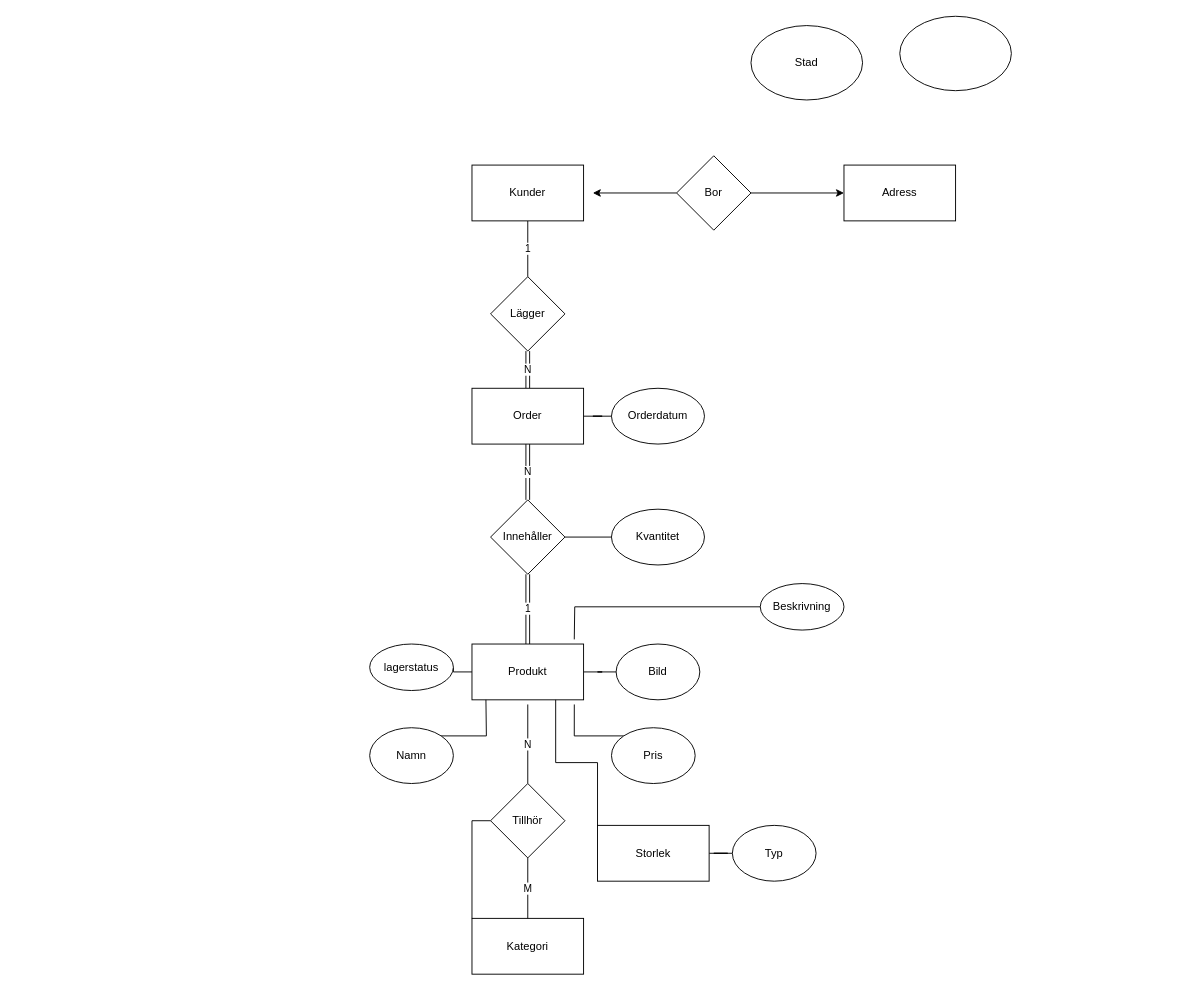
Above: Database/Untitled Diagram.drawio in JesperJansson86/WebshopHakimsLivs (draw.io), before the change. Source tidied: cells renumbered, new cells numbered last; positions are measured from the earlier drawing's top-left corner, leaving out a move shared by most shapes. Both pictures are drawn from the tidied source at 93%, with x=0, y=0 at pixel (369, 16).
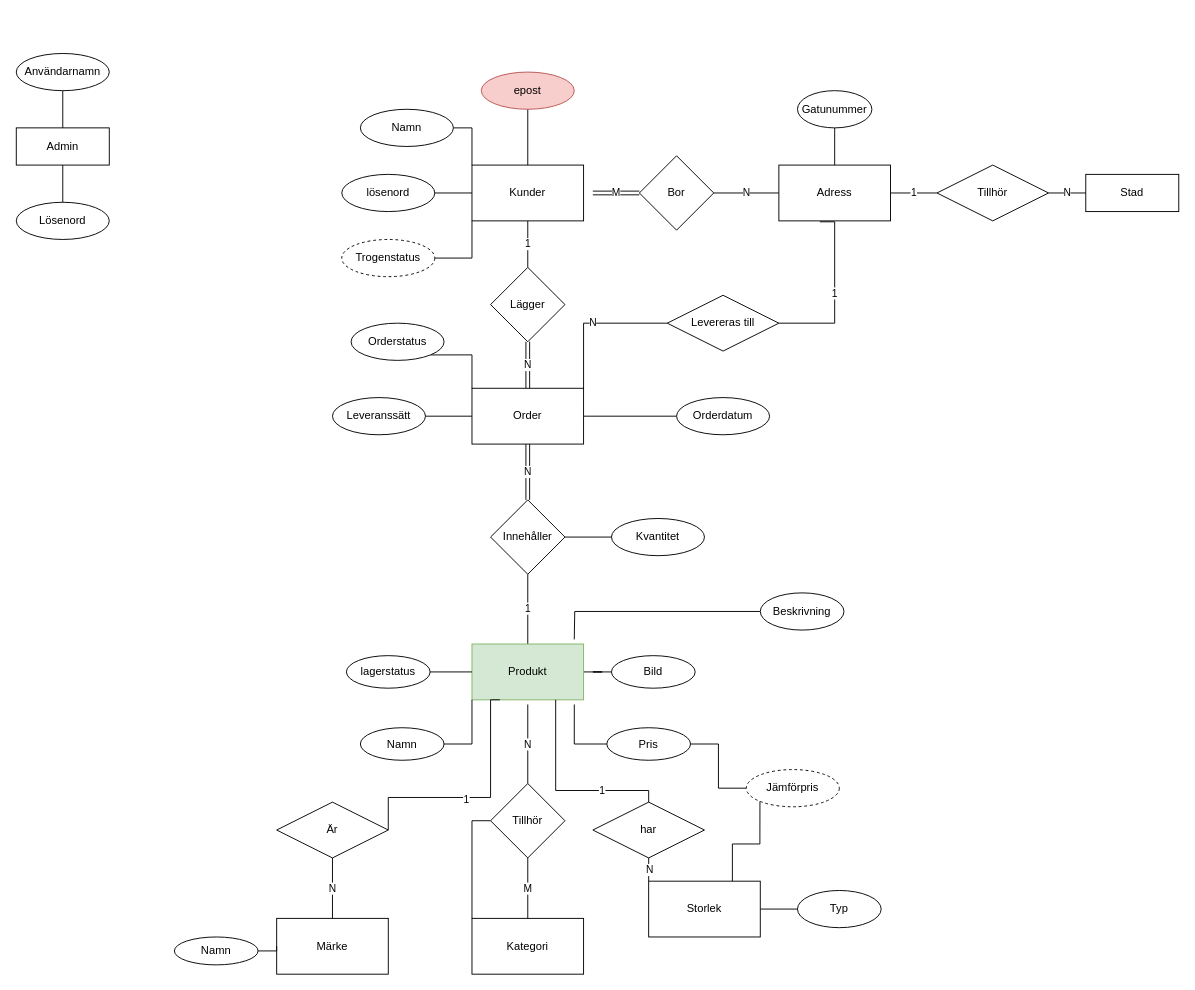
The same page after the edit.

The change refers to these unchanged cells:
```xml
<mxCell id="3" value="&lt;div&gt;Kunder&lt;/div&gt;" style="rounded=0;whiteSpace=wrap;html=1;" parent="1" vertex="1">
  <mxGeometry x="110" y="160" width="120" height="60" as="geometry" />
</mxCell>
<mxCell id="25" value="Order" style="rounded=0;whiteSpace=wrap;html=1;" parent="1" vertex="1">
  <mxGeometry x="110" y="400" width="120" height="60" as="geometry" />
</mxCell>
<mxCell id="30" value="Innehåller" style="rhombus;whiteSpace=wrap;html=1;" parent="1" vertex="1">
  <mxGeometry x="130" y="520" width="80" height="80" as="geometry" />
</mxCell>
```

What changed in the source:
```diff
@@
-    <mxCell id="4" style="edgeStyle=orthogonalEdgeStyle;rounded=0;jettySize=auto;html=1;exitX=1;exitY=0.5;exitDx=0;exitDy=0;entryX=0;entryY=0.5;entryDx=0;entryDy=0;" parent="1" edge="1" source="6" target="7">
+    <mxCell id="4" value="N" style="edgeStyle=orthogonalEdgeStyle;rounded=0;jettySize=auto;html=1;exitX=1;exitY=0.5;exitDx=0;exitDy=0;entryX=0;entryY=0.5;entryDx=0;entryDy=0;endArrow=none;endFill=0;" parent="1" edge="1" source="6" target="7">
       <mxGeometry relative="1" as="geometry" />
     </mxCell>
-    <mxCell id="5" style="edgeStyle=orthogonalEdgeStyle;rounded=0;jettySize=auto;html=1;exitX=0;exitY=0.5;exitDx=0;exitDy=0;entryX=1.083;entryY=0.5;entryDx=0;entryDy=0;entryPerimeter=0;" parent="1" edge="1" source="6" target="3">
+    <mxCell id="5" value="M" style="edgeStyle=orthogonalEdgeStyle;rounded=0;jettySize=auto;html=1;exitX=0;exitY=0.5;exitDx=0;exitDy=0;entryX=1.083;entryY=0.5;entryDx=0;entryDy=0;entryPerimeter=0;endArrow=none;endFill=0;shape=link;" parent="1" edge="1" source="6" target="3">
       <mxGeometry relative="1" as="geometry" />
     </mxCell>
     <mxCell id="6" value="Bor " style="rhombus;whiteSpace=wrap;html=1;" parent="1" vertex="1">
-      <mxGeometry x="330" y="150" width="80" height="80" as="geometry" />
+      <mxGeometry x="290" y="150" width="80" height="80" as="geometry" />
     </mxCell>
     <mxCell id="7" value="&lt;div&gt;Adress&lt;/div&gt;" style="rounded=0;whiteSpace=wrap;html=1;" parent="1" vertex="1">
-      <mxGeometry x="510" y="160" width="120" height="60" as="geometry" />
+      <mxGeometry x="440" y="160" width="120" height="60" as="geometry" />
     </mxCell>
-    <mxCell id="8" value="&lt;div&gt;Stad&lt;/div&gt;" style="ellipse;whiteSpace=wrap;html=1;" parent="1" vertex="1">
-      <mxGeometry x="410" y="10" width="120" height="80" as="geometry" />
-    </mxCell>
+    <mxCell id="40" style="edgeStyle=orthogonalEdgeStyle;rounded=0;jettySize=auto;html=1;endArrow=none;endFill=0;" parent="1" edge="1" source="9" target="7">
+      <mxGeometry relative="1" as="geometry" />
+    </mxCell>
-    <mxCell id="9" style="ellipse;whiteSpace=wrap;html=1;" parent="1" vertex="1">
-      <mxGeometry x="570" width="120" height="80" as="geometry" />
+    <mxCell id="9" value="Gatunummer" style="ellipse;whiteSpace=wrap;html=1;" parent="1" vertex="1">
+      <mxGeometry x="460" y="80" width="80" height="40" as="geometry" />
     </mxCell>
-    <mxCell id="10" style="edgeStyle=orthogonalEdgeStyle;rounded=0;jettySize=auto;html=1;endArrow=none;endFill=0;" parent="1" edge="1" source="13">
-      <mxGeometry relative="1" as="geometry">
-        <mxPoint x="85" y="700" as="targetPoint" />
-      </mxGeometry>
-    </mxCell>
@@
-    <mxCell id="12" value="&lt;div&gt;1&lt;/div&gt;" style="edgeStyle=orthogonalEdgeStyle;rounded=0;jettySize=auto;html=1;endArrow=none;endFill=0;shape=link;" parent="1" edge="1" source="13" target="30">
+    <mxCell id="12" value="&lt;div&gt;1&lt;/div&gt;" style="edgeStyle=orthogonalEdgeStyle;rounded=0;jettySize=auto;html=1;endArrow=none;endFill=0;" parent="1" edge="1" source="13" target="30">
       <mxGeometry relative="1" as="geometry" />
     </mxCell>
-    <mxCell id="13" value="Produkt" style="rounded=0;whiteSpace=wrap;html=1;" parent="1" vertex="1">
+    <mxCell id="13" value="Produkt" style="rounded=0;whiteSpace=wrap;html=1;fillColor=#d5e8d4;strokeColor=#82b366;" parent="1" vertex="1">
       <mxGeometry x="110" y="675" width="120" height="60" as="geometry" />
     </mxCell>
@@
     <mxCell id="15" value="Lägger" style="rhombus;whiteSpace=wrap;html=1;" parent="1" vertex="1">
-      <mxGeometry x="130" y="280" width="80" height="80" as="geometry" />
+      <mxGeometry x="130" y="270" width="80" height="80" as="geometry" />
     </mxCell>
+    <mxCell id="41" style="edgeStyle=orthogonalEdgeStyle;rounded=0;jettySize=auto;html=1;endArrow=none;endFill=0;" parent="1" edge="1" source="16" target="13">
+      <mxGeometry relative="1" as="geometry" />
+    </mxCell>
     <mxCell id="16" value="lagerstatus" style="ellipse;whiteSpace=wrap;html=1;" parent="1" vertex="1">
-      <mxGeometry y="675" width="90" height="50" as="geometry" />
+      <mxGeometry x="-25" y="687.5" width="90" height="35" as="geometry" />
     </mxCell>
-    <mxCell id="17" style="edgeStyle=orthogonalEdgeStyle;rounded=0;jettySize=auto;html=1;exitX=1;exitY=0;exitDx=0;exitDy=0;endArrow=none;endFill=0;" parent="1" edge="1" source="18">
-      <mxGeometry relative="1" as="geometry">
-        <mxPoint x="125" y="735" as="targetPoint" />
-      </mxGeometry>
-    </mxCell>
+    <mxCell id="42" style="edgeStyle=orthogonalEdgeStyle;rounded=0;jettySize=auto;html=1;exitX=1;exitY=0.5;exitDx=0;exitDy=0;entryX=0;entryY=1;entryDx=0;entryDy=0;endArrow=none;endFill=0;" parent="1" edge="1" source="18" target="13">
+      <mxGeometry relative="1" as="geometry" />
+    </mxCell>
     <mxCell id="18" value="Namn" style="ellipse;whiteSpace=wrap;html=1;" parent="1" vertex="1">
-      <mxGeometry y="765" width="90" height="60" as="geometry" />
+      <mxGeometry x="-10" y="765" width="90" height="35" as="geometry" />
     </mxCell>
@@
     <mxCell id="20" value="Beskrivning" style="ellipse;whiteSpace=wrap;html=1;" parent="1" vertex="1">
-      <mxGeometry x="420" y="610" width="90" height="50" as="geometry" />
+      <mxGeometry x="420" y="620" width="90" height="40" as="geometry" />
     </mxCell>
     <mxCell id="21" value="Bild" style="ellipse;whiteSpace=wrap;html=1;" parent="1" vertex="1">
-      <mxGeometry x="265" y="675" width="90" height="60" as="geometry" />
+      <mxGeometry x="260" y="687.5" width="90" height="35" as="geometry" />
     </mxCell>
-    <mxCell id="22" style="edgeStyle=orthogonalEdgeStyle;rounded=0;jettySize=auto;html=1;exitX=0;exitY=0;exitDx=0;exitDy=0;entryX=0.917;entryY=1.083;entryDx=0;entryDy=0;entryPerimeter=0;endArrow=none;endFill=0;" parent="1" edge="1" source="23" target="13">
+    <mxCell id="22" style="edgeStyle=orthogonalEdgeStyle;rounded=0;jettySize=auto;html=1;exitX=0;exitY=0.5;exitDx=0;exitDy=0;entryX=0.917;entryY=1.083;entryDx=0;entryDy=0;entryPerimeter=0;endArrow=none;endFill=0;" parent="1" edge="1" source="23" target="13">
       <mxGeometry relative="1" as="geometry" />
     </mxCell>
     <mxCell id="23" value="&lt;div&gt;Pris&lt;/div&gt;" style="ellipse;whiteSpace=wrap;html=1;" parent="1" vertex="1">
-      <mxGeometry x="260" y="765" width="90" height="60" as="geometry" />
+      <mxGeometry x="255" y="765" width="90" height="35" as="geometry" />
     </mxCell>
@@
     <mxCell id="27" value="Orderdatum" style="ellipse;whiteSpace=wrap;html=1;" parent="1" vertex="1">
-      <mxGeometry x="260" y="400" width="100" height="60" as="geometry" />
+      <mxGeometry x="330" y="410" width="100" height="40" as="geometry" />
     </mxCell>
@@
     <mxCell id="29" value="Kvantitet" style="ellipse;whiteSpace=wrap;html=1;" parent="1" vertex="1">
-      <mxGeometry x="260" y="530" width="100" height="60" as="geometry" />
+      <mxGeometry x="260" y="540" width="100" height="40" as="geometry" />
     </mxCell>
@@
     <mxCell id="37" value="Typ" style="ellipse;whiteSpace=wrap;html=1;" parent="1" vertex="1">
-      <mxGeometry x="390" y="870" width="90" height="60" as="geometry" />
+      <mxGeometry x="460" y="940" width="90" height="40" as="geometry" />
     </mxCell>
-    <mxCell id="38" style="edgeStyle=orthogonalEdgeStyle;rounded=0;jettySize=auto;html=1;exitX=0;exitY=0;exitDx=0;exitDy=0;entryX=0.75;entryY=1;entryDx=0;entryDy=0;endArrow=none;endFill=0;" parent="1" edge="1" source="39" target="13">
+    <mxCell id="38" value="1" style="edgeStyle=orthogonalEdgeStyle;rounded=0;jettySize=auto;html=1;exitX=0;exitY=0;exitDx=0;exitDy=0;entryX=0.75;entryY=1;entryDx=0;entryDy=0;endArrow=none;endFill=0;" parent="1" edge="1" source="39" target="13">
       <mxGeometry relative="1" as="geometry" />
     </mxCell>
+    <mxCell id="43" value="N" style="edgeLabel;html=1;align=center;verticalAlign=middle;" parent="38" vertex="1">
+      <mxGeometry x="-0.91" relative="1" as="geometry" />
+    </mxCell>
     <mxCell id="39" value="Storlek" style="rounded=0;whiteSpace=wrap;html=1;" parent="1" vertex="1">
-      <mxGeometry x="245" y="870" width="120" height="60" as="geometry" />
+      <mxGeometry x="300" y="930" width="120" height="60" as="geometry" />
     </mxCell>
+    <mxCell id="44" value="&lt;div&gt;Märke&lt;/div&gt;" style="rounded=0;whiteSpace=wrap;html=1;" parent="1" vertex="1">
+      <mxGeometry x="-100" y="970" width="120" height="60" as="geometry" />
+    </mxCell>
+    <mxCell id="45" style="edgeStyle=orthogonalEdgeStyle;rounded=0;jettySize=auto;html=1;endArrow=none;endFill=0;" parent="1" edge="1" source="46" target="44">
+      <mxGeometry relative="1" as="geometry" />
+    </mxCell>
+    <mxCell id="46" value="Namn" style="ellipse;whiteSpace=wrap;html=1;" parent="1" vertex="1">
+      <mxGeometry x="-210" y="990" width="90" height="30" as="geometry" />
+    </mxCell>
+    <mxCell id="47" style="edgeStyle=orthogonalEdgeStyle;rounded=0;jettySize=auto;html=1;exitX=1;exitY=0.5;exitDx=0;exitDy=0;entryX=0.25;entryY=1;entryDx=0;entryDy=0;endArrow=none;endFill=0;" parent="1" edge="1" source="50" target="13">
+      <mxGeometry relative="1" as="geometry">
+        <Array as="points">
+          <mxPoint x="20" y="840" />
+          <mxPoint x="130" y="840" />
+          <mxPoint x="130" y="735" />
+        </Array>
+      </mxGeometry>
+    </mxCell>
+    <mxCell id="48" value="1" style="edgeLabel;html=1;align=center;verticalAlign=middle;" parent="47" vertex="1">
+      <mxGeometry x="-0.09" y="-1" relative="1" as="geometry" />
+    </mxCell>
+    <mxCell id="49" value="N" style="edgeStyle=orthogonalEdgeStyle;rounded=0;jettySize=auto;html=1;endArrow=none;endFill=0;" parent="1" edge="1" source="50" target="44">
+      <mxGeometry relative="1" as="geometry" />
+    </mxCell>
+    <mxCell id="50" value="Är" style="shape=rhombus;perimeter=rhombusPerimeter;whiteSpace=wrap;html=1;align=center;" parent="1" vertex="1">
+      <mxGeometry x="-100" y="845" width="120" height="60" as="geometry" />
+    </mxCell>
+    <mxCell id="51" value="har" style="shape=rhombus;perimeter=rhombusPerimeter;whiteSpace=wrap;html=1;align=center;" parent="1" vertex="1">
+      <mxGeometry x="240" y="845" width="120" height="60" as="geometry" />
+    </mxCell>
+    <mxCell id="52" style="edgeStyle=orthogonalEdgeStyle;rounded=0;jettySize=auto;html=1;endArrow=none;endFill=0;" parent="1" edge="1" source="53" target="25">
+      <mxGeometry relative="1" as="geometry" />
+    </mxCell>
+    <mxCell id="53" value="Leveranssätt" style="ellipse;whiteSpace=wrap;html=1;align=center;" parent="1" vertex="1">
+      <mxGeometry x="-40" y="410" width="100" height="40" as="geometry" />
+    </mxCell>
+    <mxCell id="54" style="edgeStyle=orthogonalEdgeStyle;rounded=0;jettySize=auto;html=1;endArrow=none;endFill=0;" parent="1" edge="1" source="55" target="3">
+      <mxGeometry relative="1" as="geometry" />
+    </mxCell>
+    <mxCell id="55" value="epost" style="ellipse;whiteSpace=wrap;html=1;align=center;fillColor=#f8cecc;strokeColor=#b85450;" parent="1" vertex="1">
+      <mxGeometry x="120" y="60" width="100" height="40" as="geometry" />
+    </mxCell>
+    <mxCell id="56" style="edgeStyle=orthogonalEdgeStyle;rounded=0;jettySize=auto;html=1;endArrow=none;endFill=0;" parent="1" edge="1" source="57" target="3">
+      <mxGeometry relative="1" as="geometry" />
+    </mxCell>
+    <mxCell id="57" value="lösenord" style="ellipse;whiteSpace=wrap;html=1;align=center;" parent="1" vertex="1">
+      <mxGeometry x="-30" y="170" width="100" height="40" as="geometry" />
+    </mxCell>
+    <mxCell id="58" style="edgeStyle=orthogonalEdgeStyle;rounded=0;jettySize=auto;html=1;exitX=1;exitY=0.5;exitDx=0;exitDy=0;entryX=0;entryY=0;entryDx=0;entryDy=0;endArrow=none;endFill=0;" parent="1" edge="1" source="59" target="3">
+      <mxGeometry relative="1" as="geometry" />
+    </mxCell>
+    <mxCell id="59" value="Namn" style="ellipse;whiteSpace=wrap;html=1;align=center;" parent="1" vertex="1">
+      <mxGeometry x="-10" y="100" width="100" height="40" as="geometry" />
+    </mxCell>
+    <mxCell id="60" value="1" style="edgeStyle=orthogonalEdgeStyle;rounded=0;jettySize=auto;html=1;endArrow=none;endFill=0;" parent="1" edge="1" source="61" target="7">
+      <mxGeometry relative="1" as="geometry" />
+    </mxCell>
+    <mxCell id="8" value="Stad" style="whiteSpace=wrap;html=1;align=center;" parent="1" vertex="1">
+      <mxGeometry x="770" y="170" width="100" height="40" as="geometry" />
+    </mxCell>
+    <mxCell id="61" value="Tillhör" style="shape=rhombus;perimeter=rhombusPerimeter;whiteSpace=wrap;html=1;align=center;" parent="1" vertex="1">
+      <mxGeometry x="610" y="160" width="120" height="60" as="geometry" />
+    </mxCell>
+    <mxCell id="62" value="N" style="edgeStyle=orthogonalEdgeStyle;rounded=0;jettySize=auto;html=1;endArrow=none;endFill=0;" parent="1" edge="1" source="8" target="61">
+      <mxGeometry relative="1" as="geometry" />
+    </mxCell>
+    <mxCell id="63" style="edgeStyle=orthogonalEdgeStyle;rounded=0;jettySize=auto;html=1;exitX=1;exitY=1;exitDx=0;exitDy=0;entryX=0;entryY=0;entryDx=0;entryDy=0;endArrow=none;endFill=0;" parent="1" edge="1" source="64" target="25">
+      <mxGeometry relative="1" as="geometry" />
+    </mxCell>
+    <mxCell id="64" value="Orderstatus" style="ellipse;whiteSpace=wrap;html=1;align=center;" parent="1" vertex="1">
+      <mxGeometry x="-20" y="330" width="100" height="40" as="geometry" />
+    </mxCell>
+    <mxCell id="65" value="1" style="edgeStyle=orthogonalEdgeStyle;rounded=0;jettySize=auto;html=1;exitX=1;exitY=0.5;exitDx=0;exitDy=0;entryX=0.367;entryY=1.017;entryDx=0;entryDy=0;entryPerimeter=0;endArrow=none;endFill=0;" parent="1" edge="1" source="67" target="7">
+      <mxGeometry relative="1" as="geometry">
+        <Array as="points">
+          <mxPoint x="500" y="330" />
+          <mxPoint x="500" y="221" />
+        </Array>
+      </mxGeometry>
+    </mxCell>
+    <mxCell id="66" value="N" style="edgeStyle=orthogonalEdgeStyle;rounded=0;jettySize=auto;html=1;exitX=0;exitY=0.5;exitDx=0;exitDy=0;entryX=1;entryY=0;entryDx=0;entryDy=0;endArrow=none;endFill=0;" parent="1" edge="1" source="67" target="25">
+      <mxGeometry relative="1" as="geometry" />
+    </mxCell>
+    <mxCell id="67" value="&lt;div&gt;Levereras till&lt;/div&gt;" style="shape=rhombus;perimeter=rhombusPerimeter;whiteSpace=wrap;html=1;align=center;" parent="1" vertex="1">
+      <mxGeometry x="320" y="300" width="120" height="60" as="geometry" />
+    </mxCell>
+    <mxCell id="68" style="edgeStyle=orthogonalEdgeStyle;rounded=0;jettySize=auto;html=1;exitX=1;exitY=0.5;exitDx=0;exitDy=0;entryX=0;entryY=1;entryDx=0;entryDy=0;endArrow=none;endFill=0;" parent="1" edge="1" source="69" target="3">
+      <mxGeometry relative="1" as="geometry" />
+    </mxCell>
+    <mxCell id="69" value="Trogenstatus" style="ellipse;whiteSpace=wrap;html=1;align=center;dashed=1;" parent="1" vertex="1">
+      <mxGeometry x="-30" y="240" width="100" height="40" as="geometry" />
+    </mxCell>
+    <mxCell id="70" style="edgeStyle=orthogonalEdgeStyle;rounded=0;jettySize=auto;html=1;exitX=0;exitY=0.5;exitDx=0;exitDy=0;entryX=1;entryY=0.5;entryDx=0;entryDy=0;endArrow=none;endFill=0;" parent="1" edge="1" source="72" target="23">
+      <mxGeometry relative="1" as="geometry" />
+    </mxCell>
+    <mxCell id="71" style="edgeStyle=orthogonalEdgeStyle;rounded=0;jettySize=auto;html=1;exitX=0;exitY=1;exitDx=0;exitDy=0;entryX=0.75;entryY=0;entryDx=0;entryDy=0;endArrow=none;endFill=0;" parent="1" edge="1" source="72" target="39">
+      <mxGeometry relative="1" as="geometry" />
+    </mxCell>
+    <mxCell id="72" value="Jämförpris" style="ellipse;whiteSpace=wrap;html=1;align=center;dashed=1;" parent="1" vertex="1">
+      <mxGeometry x="405" y="810" width="100" height="40" as="geometry" />
+    </mxCell>
+    <mxCell id="73" style="edgeStyle=orthogonalEdgeStyle;rounded=0;jettySize=auto;html=1;endArrow=none;endFill=0;" parent="1" edge="1" source="74" target="77">
+      <mxGeometry relative="1" as="geometry" />
+    </mxCell>
+    <mxCell id="74" value="Admin" style="whiteSpace=wrap;html=1;align=center;" parent="1" vertex="1">
+      <mxGeometry x="-380" y="120" width="100" height="40" as="geometry" />
+    </mxCell>
+    <mxCell id="75" style="edgeStyle=orthogonalEdgeStyle;rounded=0;jettySize=auto;html=1;endArrow=none;endFill=0;" parent="1" edge="1" source="76" target="74">
+      <mxGeometry relative="1" as="geometry" />
+    </mxCell>
+    <mxCell id="76" value="Användarnamn" style="ellipse;whiteSpace=wrap;html=1;align=center;" parent="1" vertex="1">
+      <mxGeometry x="-380" y="40" width="100" height="40" as="geometry" />
+    </mxCell>
+    <mxCell id="77" value="Lösenord" style="ellipse;whiteSpace=wrap;html=1;align=center;" parent="1" vertex="1">
+      <mxGeometry x="-380" y="200" width="100" height="40" as="geometry" />
+    </mxCell>
```
